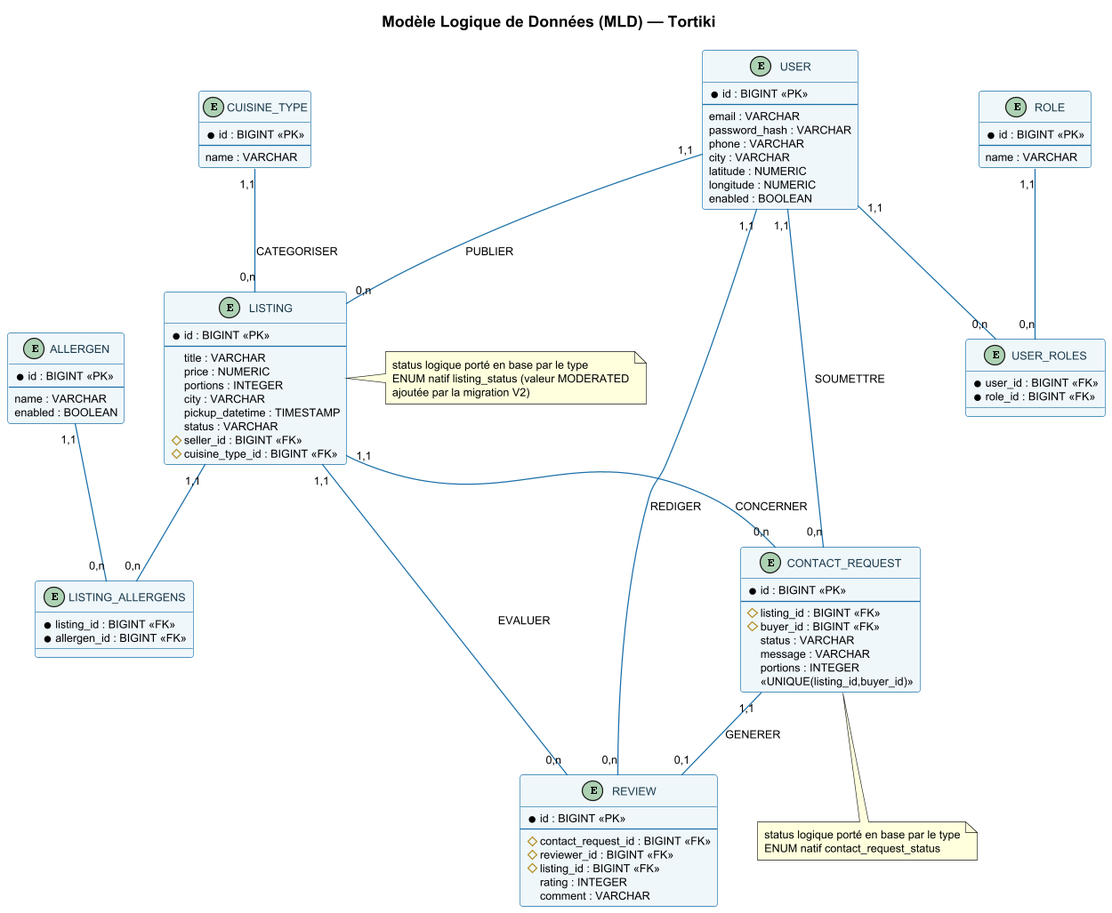
Before: images/MLD_Tortiki.png, a diagram exported from PlantUML (jferminh/tortiki-api).
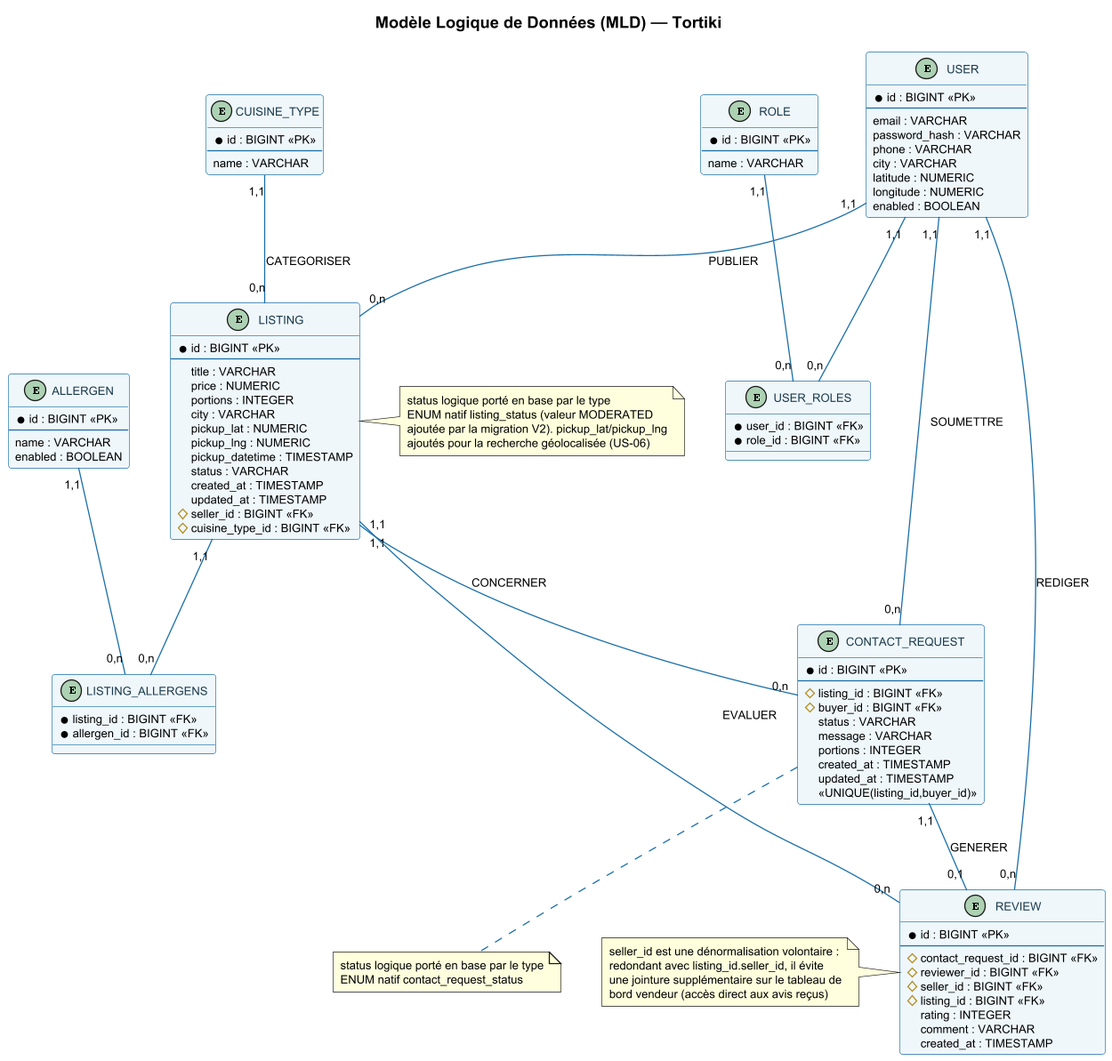
Later version of the same file.

The edit, as a diff of the source:
```diff
@@ -47,8 +47,12 @@
   price : NUMERIC
   portions : INTEGER
   city : VARCHAR
+  pickup_lat : NUMERIC
+  pickup_lng : NUMERIC
   pickup_datetime : TIMESTAMP
   status : VARCHAR
+  created_at : TIMESTAMP
+  updated_at : TIMESTAMP
   # seller_id : BIGINT <<FK>>
   # cuisine_type_id : BIGINT <<FK>>
 }
@@ -79,6 +83,8 @@
   status : VARCHAR
   message : VARCHAR
   portions : INTEGER
+  created_at : TIMESTAMP
+  updated_at : TIMESTAMP
   <<UNIQUE(listing_id,buyer_id)>>
 }
 
@@ -87,9 +93,11 @@
   --
   # contact_request_id : BIGINT <<FK>>
   # reviewer_id : BIGINT <<FK>>
+  # seller_id : BIGINT <<FK>>
   # listing_id : BIGINT <<FK>>
   rating : INTEGER
   comment : VARCHAR
+  created_at : TIMESTAMP
 }
 
 User "1,1" -- "0,n" Listing : PUBLIER
@@ -112,7 +120,15 @@
 note right of Listing
   status logique porté en base par le type
   ENUM natif listing_status (valeur MODERATED
-  ajoutée par la migration V2)
+  ajoutée par la migration V2). pickup_lat/pickup_lng
+  ajoutés pour la recherche géolocalisée (US-06)
+end note
+
+note left of Review
+  seller_id est une dénormalisation volontaire :
+  redondant avec listing_id.seller_id, il évite
+  une jointure supplémentaire sur le tableau de
+  bord vendeur (accès direct aux avis reçus)
 end note
 
 @enduml
```
